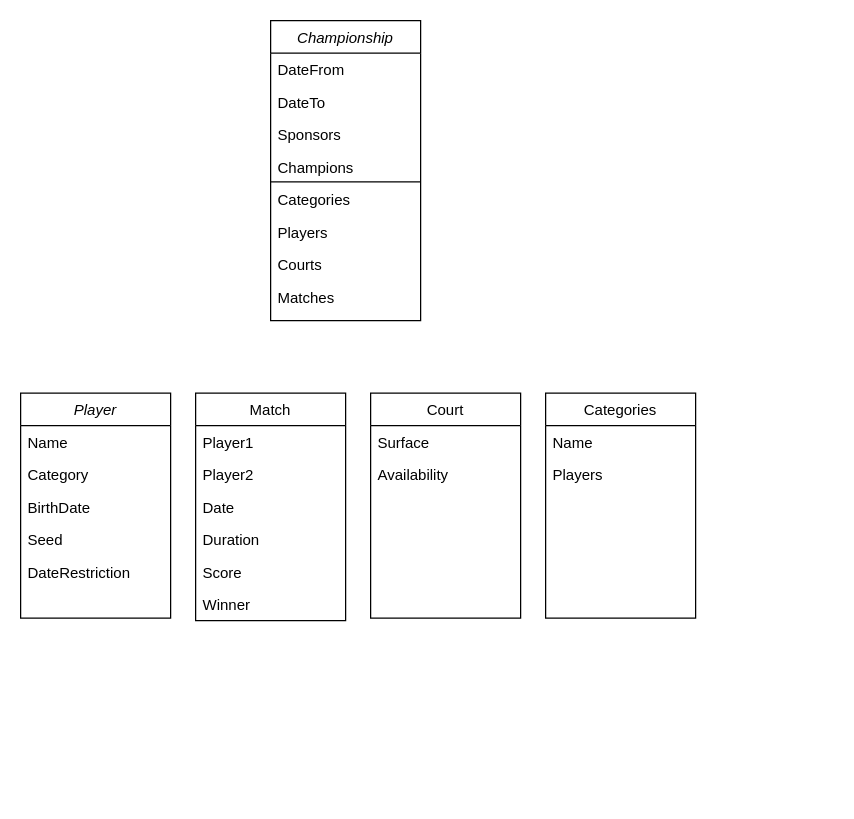
The draw.io diagram db.drawio in paolofullone/SportManager, before the edit. Source tidied: cells renumbered, new cells numbered last; positions are measured from the earlier drawing's top-left corner, leaving out a move shared by most shapes. Both pictures are drawn from the tidied source at 125%, with x=0, y=0 at pixel (20, 20).
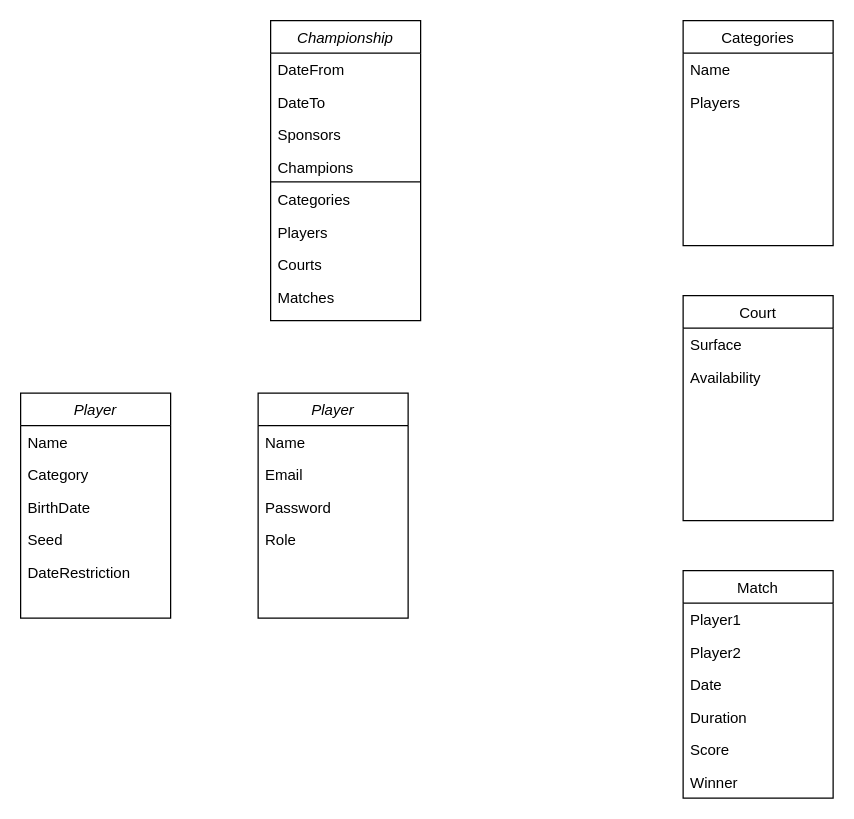
The same page after the edit.

What changed in the source:
```diff
@@
     <mxCell id="8" value="Match" style="swimlane;fontStyle=0;align=center;verticalAlign=top;horizontal=1;startSize=26;rounded=0;shadow=0;strokeWidth=1;" parent="1" vertex="1">
-      <mxGeometry x="140" y="298" width="120" height="182" as="geometry" />
+      <mxGeometry x="530" y="440" width="120" height="182" as="geometry" />
     </mxCell>
@@
     <mxCell id="25" value="Court" style="swimlane;fontStyle=0;align=center;verticalAlign=top;horizontal=1;startSize=26;rounded=0;shadow=0;strokeWidth=1;" parent="1" vertex="1">
-      <mxGeometry x="280" y="298" width="120" height="180" as="geometry" />
+      <mxGeometry x="530" y="220" width="120" height="180" as="geometry" />
     </mxCell>
@@
     <mxCell id="28" value="Categories" style="swimlane;fontStyle=0;align=center;verticalAlign=top;horizontal=1;startSize=26;rounded=0;shadow=0;strokeWidth=1;" parent="1" vertex="1">
-      <mxGeometry x="420" y="298" width="120" height="180" as="geometry" />
+      <mxGeometry x="530" width="120" height="180" as="geometry" />
     </mxCell>
@@
+    <mxCell id="31" value="Player" style="swimlane;fontStyle=2;align=center;verticalAlign=top;horizontal=1;startSize=26;rounded=0;shadow=0;strokeWidth=1;" parent="1" vertex="1">
+      <mxGeometry x="190" y="298" width="120" height="180" as="geometry" />
+    </mxCell>
+    <mxCell id="32" value="Name" style="text;align=left;verticalAlign=top;spacingLeft=4;spacingRight=4;overflow=hidden;" parent="31" vertex="1">
+      <mxGeometry y="26" width="120" height="26" as="geometry" />
+    </mxCell>
+    <mxCell id="33" value="Email" style="text;align=left;verticalAlign=top;spacingLeft=4;spacingRight=4;overflow=hidden;rounded=0;shadow=0;html=0;" parent="31" vertex="1">
+      <mxGeometry y="52" width="120" height="26" as="geometry" />
+    </mxCell>
+    <mxCell id="34" value="Password" style="text;align=left;verticalAlign=top;spacingLeft=4;spacingRight=4;overflow=hidden;rounded=0;shadow=0;html=0;" parent="31" vertex="1">
+      <mxGeometry y="78" width="120" height="26" as="geometry" />
+    </mxCell>
+    <mxCell id="35" value="Role" style="text;align=left;verticalAlign=top;spacingLeft=4;spacingRight=4;overflow=hidden;rounded=0;shadow=0;html=0;" parent="31" vertex="1">
+      <mxGeometry y="104" width="120" height="26" as="geometry" />
+    </mxCell>
```
